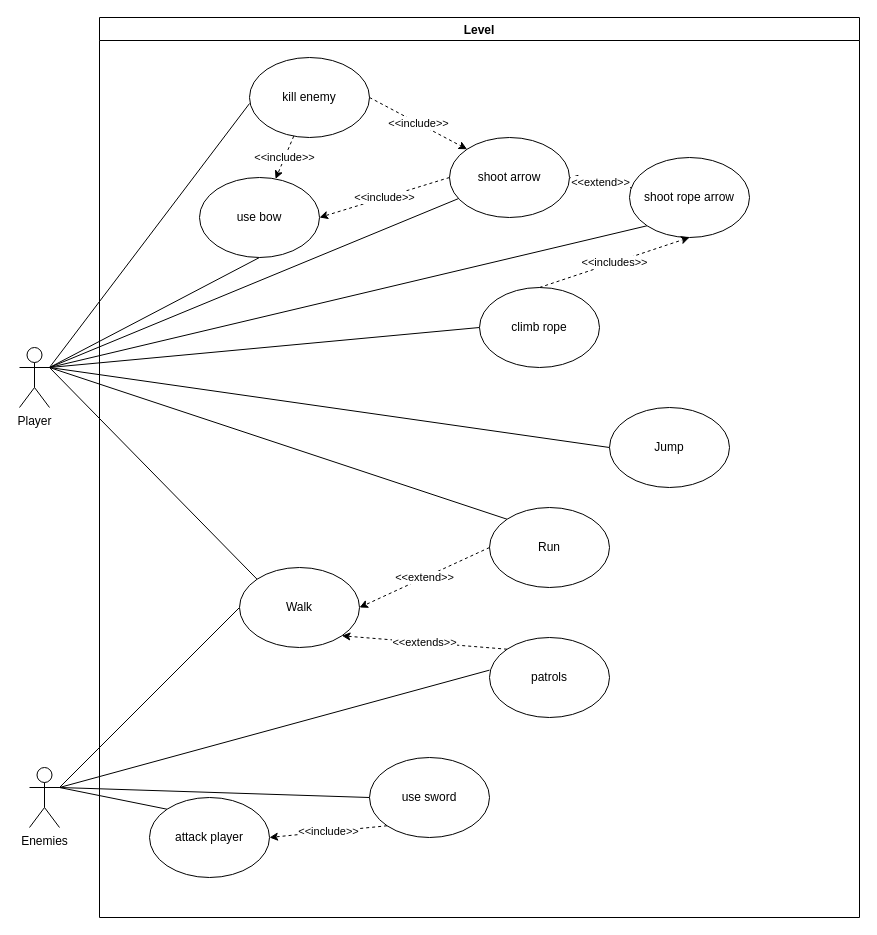
manuel4dams/Adventure keeps this draw.io diagram as activitydiagram.drawio. Above is the earlier version. Source tidied: cells renumbered, new cells numbered last; positions are measured from the earlier drawing's top-left corner, leaving out a move shared by most shapes. Both pictures are drawn from the tidied source at 100%, with x=0, y=0 at pixel (19, 17).
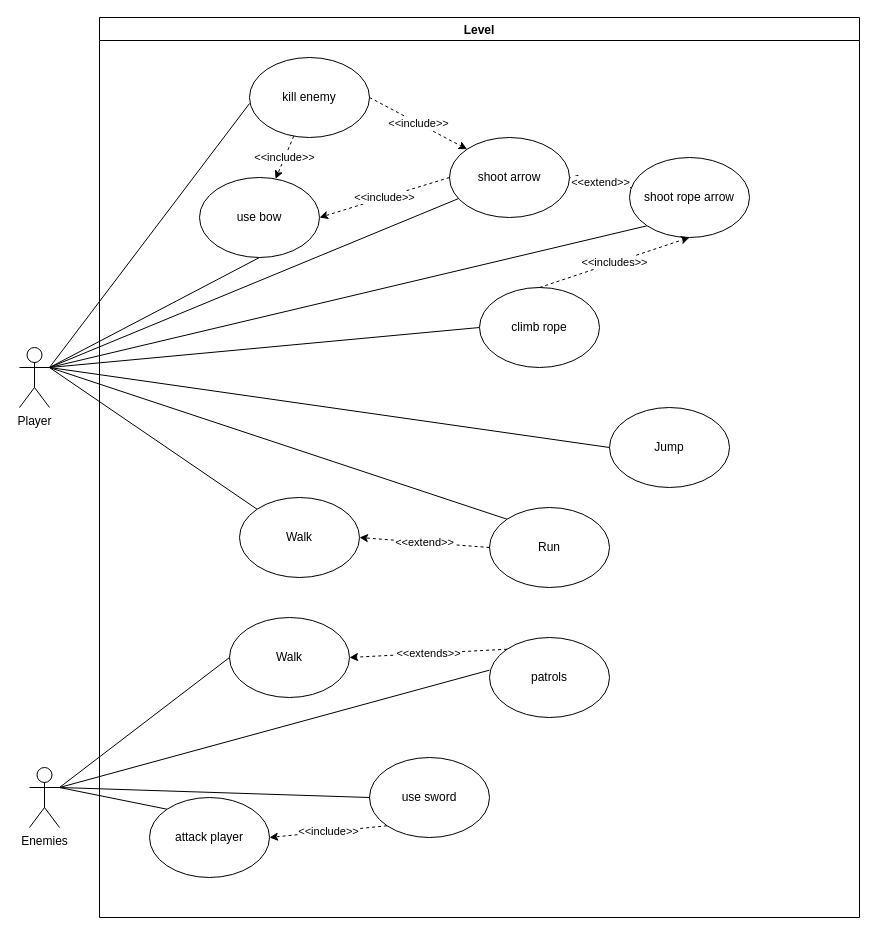
After the change.

The change refers to these unchanged cells:
```xml
<mxCell id="10" value="&lt;div&gt;Player&lt;/div&gt;" style="shape=umlActor;verticalLabelPosition=bottom;verticalAlign=top;html=1;outlineConnect=0;" parent="1" vertex="1">
  <mxGeometry y="330" width="30" height="60" as="geometry" />
</mxCell>
<mxCell id="15" value="Enemies" style="shape=umlActor;verticalLabelPosition=bottom;verticalAlign=top;html=1;outlineConnect=0;" parent="1" vertex="1">
  <mxGeometry x="10" y="750" width="30" height="60" as="geometry" />
</mxCell>
<mxCell id="16" value="Level" style="swimlane;" parent="1" vertex="1">
  <mxGeometry x="80" width="760" height="900" as="geometry" />
</mxCell>
<mxCell id="20" value="patrols" style="ellipse;whiteSpace=wrap;html=1;" parent="16" vertex="1">
  <mxGeometry x="390" y="620" width="120" height="80" as="geometry" />
</mxCell>
<mxCell id="21" value="Run" style="ellipse;whiteSpace=wrap;html=1;" parent="16" vertex="1">
  <mxGeometry x="390" y="490" width="120" height="80" as="geometry" />
</mxCell>
```

Diff of the diagram source:
```diff
@@
-    <mxCell id="7" style="edgeStyle=none;rounded=0;jettySize=auto;html=1;exitX=1;exitY=0.3333333333333333;exitDx=0;exitDy=0;exitPerimeter=0;entryX=0;entryY=0;entryDx=0;entryDy=0;endArrow=none;endFill=0;" parent="1" edge="1" source="10" target="22">
-      <mxGeometry relative="1" as="geometry" />
-    </mxCell>
+    <mxCell id="36" style="edgeStyle=none;rounded=0;jettySize=auto;html=1;exitX=1;exitY=0.3333333333333333;exitDx=0;exitDy=0;exitPerimeter=0;entryX=0;entryY=0;entryDx=0;entryDy=0;endArrow=none;endFill=0;" parent="1" edge="1" source="10" target="38">
+      <mxGeometry relative="1" as="geometry" />
+    </mxCell>
@@
-    <mxCell id="11" style="edgeStyle=none;rounded=0;jettySize=auto;html=1;exitX=1;exitY=0.3333333333333333;exitDx=0;exitDy=0;exitPerimeter=0;entryX=0;entryY=0.5;entryDx=0;entryDy=0;endArrow=none;endFill=0;" parent="1" edge="1" source="15" target="22">
-      <mxGeometry relative="1" as="geometry" />
-    </mxCell>
+    <mxCell id="37" style="edgeStyle=none;rounded=0;jettySize=auto;html=1;exitX=1;exitY=0.3333333333333333;exitDx=0;exitDy=0;exitPerimeter=0;entryX=0;entryY=0.5;entryDx=0;entryDy=0;endArrow=none;endFill=0;" parent="1" edge="1" source="15" target="39">
+      <mxGeometry relative="1" as="geometry" />
+    </mxCell>
@@
-    <mxCell id="22" value="Walk" style="ellipse;whiteSpace=wrap;html=1;" parent="16" vertex="1">
-      <mxGeometry x="140" y="550" width="120" height="80" as="geometry" />
-    </mxCell>
+    <mxCell id="38" value="Walk" style="ellipse;whiteSpace=wrap;html=1;" parent="16" vertex="1">
+      <mxGeometry x="140" y="480" width="120" height="80" as="geometry" />
+    </mxCell>
-    <mxCell id="23" value="&amp;lt;&amp;lt;extend&amp;gt;&amp;gt;" style="edgeStyle=none;rounded=0;jettySize=auto;html=1;exitX=0;exitY=0.5;exitDx=0;exitDy=0;entryX=1;entryY=0.5;entryDx=0;entryDy=0;endArrow=classic;endFill=1;dashed=1;" parent="16" edge="1" source="21" target="22">
+    <mxCell id="23" value="&amp;lt;&amp;lt;extend&amp;gt;&amp;gt;" style="edgeStyle=none;rounded=0;jettySize=auto;html=1;exitX=0;exitY=0.5;exitDx=0;exitDy=0;entryX=1;entryY=0.5;entryDx=0;entryDy=0;endArrow=classic;endFill=1;dashed=1;" parent="16" edge="1" source="21" target="38">
       <mxGeometry relative="1" as="geometry" />
     </mxCell>
-    <mxCell id="24" value="&amp;lt;&amp;lt;extends&amp;gt;&amp;gt;" style="edgeStyle=none;rounded=0;jettySize=auto;html=1;exitX=0;exitY=0;exitDx=0;exitDy=0;entryX=1;entryY=1;entryDx=0;entryDy=0;endArrow=classic;endFill=1;dashed=1;" parent="16" edge="1" source="20" target="22">
+    <mxCell id="24" value="&amp;lt;&amp;lt;extends&amp;gt;&amp;gt;" style="edgeStyle=none;rounded=0;jettySize=auto;html=1;exitX=0;exitY=0;exitDx=0;exitDy=0;entryX=1;entryY=0.5;entryDx=0;entryDy=0;endArrow=classic;endFill=1;dashed=1;" parent="16" edge="1" source="20" target="39">
       <mxGeometry relative="1" as="geometry" />
     </mxCell>
@@
+    <mxCell id="39" value="Walk" style="ellipse;whiteSpace=wrap;html=1;" parent="16" vertex="1">
+      <mxGeometry x="130" y="600" width="120" height="80" as="geometry" />
+    </mxCell>
```
